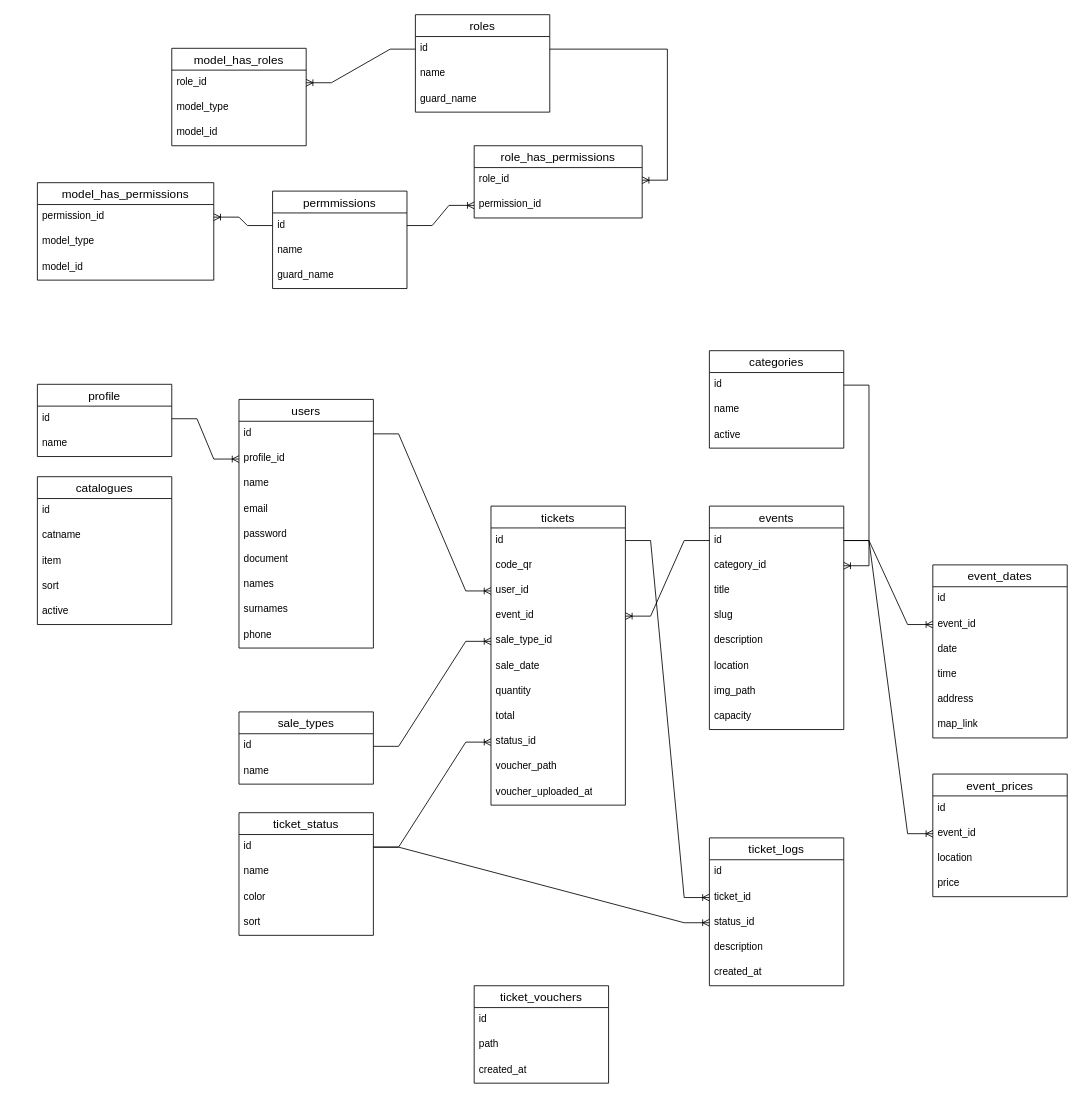
Before: tickets.drawio in programwoft/test-repo, a draw.io diagram. Source tidied: cells renumbered, new cells numbered last; positions are measured from the earlier drawing's top-left corner, leaving out a move shared by most shapes. Both pictures are drawn from the tidied source at 84%, with x=0, y=0 at pixel (37, 14).
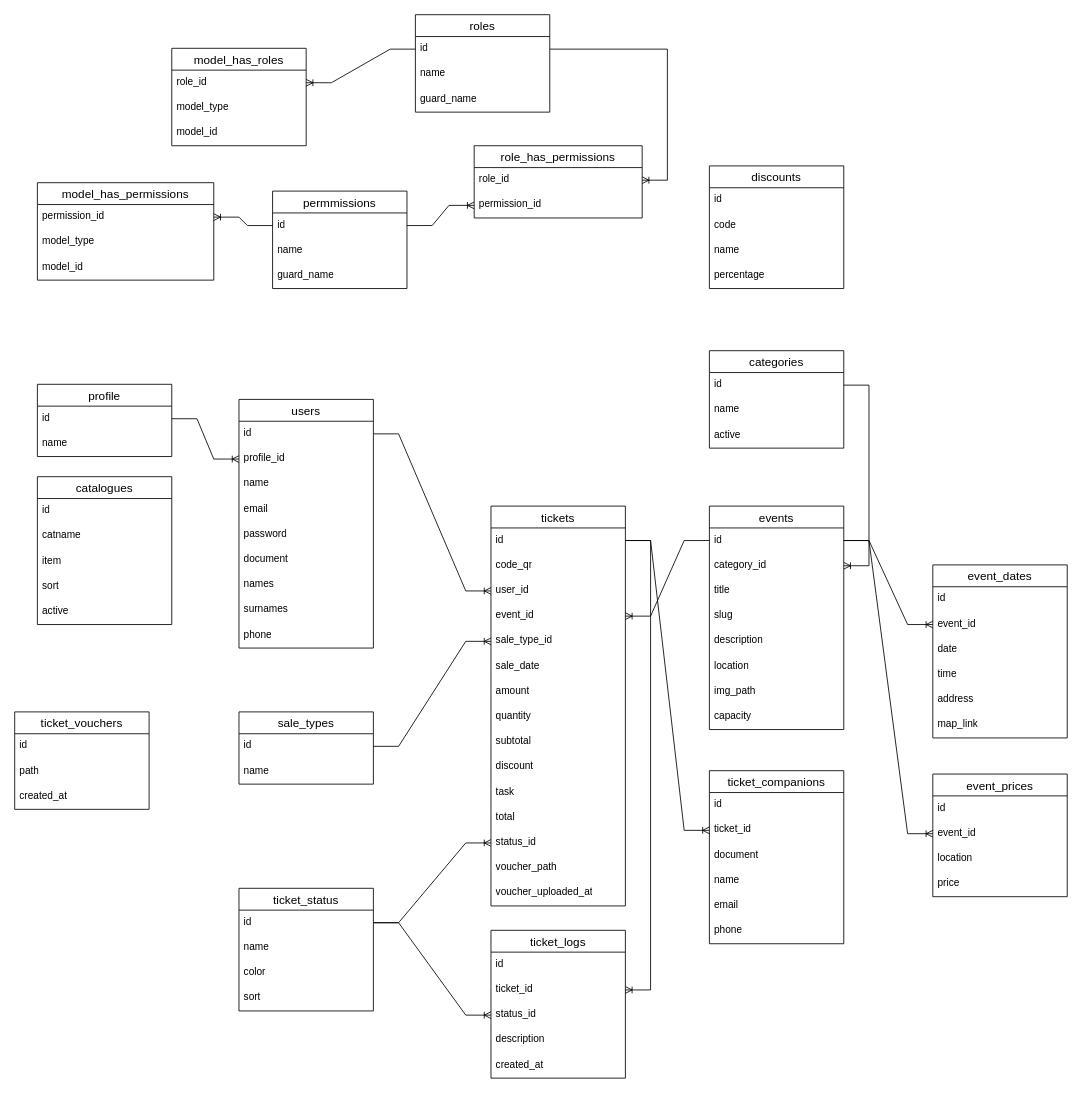
After the change.

Commit message:
Agregado tabla companions

Unchanged cells that the change refers to:
```xml
<mxCell id="25" value="id" style="text;strokeColor=none;fillColor=none;spacingLeft=4;spacingRight=4;overflow=hidden;points=[[0,0.5],[1,0.5]];portConstraint=eastwest;fontSize=12;whiteSpace=wrap;html=1;" parent="24" vertex="1">
  <mxGeometry y="26" width="160" height="30" as="geometry" />
</mxCell>
```

Diff of the diagram source:
```diff
@@
     <mxCell id="24" value="tickets" style="swimlane;fontStyle=0;horizontal=1;startSize=26;align=center;fontSize=14;" parent="1" vertex="1">
-      <mxGeometry x="540" y="585" width="160" height="356" as="geometry" />
+      <mxGeometry x="540" y="585" width="160" height="476" as="geometry" />
     </mxCell>
@@
+    <mxCell id="109" value="amount" style="text;strokeColor=none;fillColor=none;spacingLeft=4;spacingRight=4;overflow=hidden;fontSize=12;whiteSpace=wrap;html=1;" parent="24" vertex="1">
+      <mxGeometry y="206" width="160" height="30" as="geometry" />
+    </mxCell>
     <mxCell id="31" value="quantity" style="text;strokeColor=none;fillColor=none;spacingLeft=4;spacingRight=4;overflow=hidden;fontSize=12;whiteSpace=wrap;html=1;" parent="24" vertex="1">
-      <mxGeometry y="206" width="160" height="30" as="geometry" />
+      <mxGeometry y="236" width="160" height="30" as="geometry" />
     </mxCell>
+    <mxCell id="110" value="subtotal" style="text;strokeColor=none;fillColor=none;spacingLeft=4;spacingRight=4;overflow=hidden;fontSize=12;whiteSpace=wrap;html=1;" parent="24" vertex="1">
+      <mxGeometry y="266" width="160" height="30" as="geometry" />
+    </mxCell>
+    <mxCell id="111" value="discount" style="text;strokeColor=none;fillColor=none;spacingLeft=4;spacingRight=4;overflow=hidden;fontSize=12;whiteSpace=wrap;html=1;" parent="24" vertex="1">
+      <mxGeometry y="296" width="160" height="30" as="geometry" />
+    </mxCell>
+    <mxCell id="112" value="task" style="text;strokeColor=none;fillColor=none;spacingLeft=4;spacingRight=4;overflow=hidden;fontSize=12;whiteSpace=wrap;html=1;" parent="24" vertex="1">
+      <mxGeometry y="326" width="160" height="30" as="geometry" />
+    </mxCell>
     <mxCell id="32" value="total" style="text;strokeColor=none;fillColor=none;spacingLeft=4;spacingRight=4;overflow=hidden;fontSize=12;whiteSpace=wrap;html=1;" parent="24" vertex="1">
-      <mxGeometry y="236" width="160" height="30" as="geometry" />
+      <mxGeometry y="356" width="160" height="30" as="geometry" />
     </mxCell>
     <mxCell id="33" value="status_id" style="text;strokeColor=none;fillColor=none;spacingLeft=4;spacingRight=4;overflow=hidden;points=[[0,0.5],[1,0.5]];portConstraint=eastwest;fontSize=12;whiteSpace=wrap;html=1;" parent="24" vertex="1">
-      <mxGeometry y="266" width="160" height="30" as="geometry" />
+      <mxGeometry y="386" width="160" height="30" as="geometry" />
     </mxCell>
     <mxCell id="34" value="voucher_path" style="text;strokeColor=none;fillColor=none;spacingLeft=4;spacingRight=4;overflow=hidden;fontSize=12;whiteSpace=wrap;html=1;" parent="24" vertex="1">
-      <mxGeometry y="296" width="160" height="30" as="geometry" />
+      <mxGeometry y="416" width="160" height="30" as="geometry" />
     </mxCell>
     <mxCell id="35" value="voucher_uploaded_at" style="text;strokeColor=none;fillColor=none;spacingLeft=4;spacingRight=4;overflow=hidden;fontSize=12;whiteSpace=wrap;html=1;" parent="24" vertex="1">
-      <mxGeometry y="326" width="160" height="30" as="geometry" />
+      <mxGeometry y="446" width="160" height="30" as="geometry" />
     </mxCell>
@@
     <mxCell id="66" value="ticket_status" style="swimlane;fontStyle=0;horizontal=1;startSize=26;align=center;fontSize=14;" parent="1" vertex="1">
-      <mxGeometry x="240" y="950" width="160" height="146" as="geometry" />
+      <mxGeometry x="240" y="1040" width="160" height="146" as="geometry" />
     </mxCell>
@@
     <mxCell id="74" value="ticket_logs" style="swimlane;fontStyle=0;horizontal=1;startSize=26;align=center;fontSize=14;" parent="1" vertex="1">
-      <mxGeometry x="800" y="980" width="160" height="176" as="geometry" />
+      <mxGeometry x="540" y="1090" width="160" height="176" as="geometry" />
     </mxCell>
@@
     <mxCell id="82" value="ticket_vouchers" style="swimlane;fontStyle=0;horizontal=1;startSize=26;align=center;fontSize=14;" parent="1" vertex="1">
-      <mxGeometry x="520" y="1156" width="160" height="116" as="geometry" />
+      <mxGeometry x="-27" y="830" width="160" height="116" as="geometry" />
     </mxCell>
@@
+    <mxCell id="113" value="ticket_companions" style="swimlane;fontStyle=0;horizontal=1;startSize=26;align=center;fontSize=14;" parent="1" vertex="1">
+      <mxGeometry x="800" y="900" width="160" height="206" as="geometry" />
+    </mxCell>
+    <mxCell id="114" value="id" style="text;strokeColor=none;fillColor=none;spacingLeft=4;spacingRight=4;overflow=hidden;fontSize=12;whiteSpace=wrap;html=1;" parent="113" vertex="1">
+      <mxGeometry y="26" width="160" height="30" as="geometry" />
+    </mxCell>
+    <mxCell id="115" value="ticket_id" style="text;strokeColor=none;fillColor=none;spacingLeft=4;spacingRight=4;overflow=hidden;points=[[0,0.5],[1,0.5]];portConstraint=eastwest;fontSize=12;whiteSpace=wrap;html=1;" parent="113" vertex="1">
+      <mxGeometry y="56" width="160" height="30" as="geometry" />
+    </mxCell>
+    <mxCell id="116" value="document" style="text;strokeColor=none;fillColor=none;spacingLeft=4;spacingRight=4;overflow=hidden;fontSize=12;whiteSpace=wrap;html=1;" parent="113" vertex="1">
+      <mxGeometry y="86" width="160" height="30" as="geometry" />
+    </mxCell>
+    <mxCell id="117" value="name" style="text;strokeColor=none;fillColor=none;spacingLeft=4;spacingRight=4;overflow=hidden;fontSize=12;whiteSpace=wrap;html=1;" parent="113" vertex="1">
+      <mxGeometry y="116" width="160" height="30" as="geometry" />
+    </mxCell>
+    <mxCell id="118" value="email" style="text;strokeColor=none;fillColor=none;spacingLeft=4;spacingRight=4;overflow=hidden;fontSize=12;whiteSpace=wrap;html=1;" parent="113" vertex="1">
+      <mxGeometry y="146" width="160" height="30" as="geometry" />
+    </mxCell>
+    <mxCell id="119" value="phone" style="text;strokeColor=none;fillColor=none;spacingLeft=4;spacingRight=4;overflow=hidden;fontSize=12;whiteSpace=wrap;html=1;" parent="113" vertex="1">
+      <mxGeometry y="176" width="160" height="30" as="geometry" />
+    </mxCell>
+    <mxCell id="120" style="edgeStyle=entityRelationEdgeStyle;fontSize=12;html=1;endArrow=ERoneToMany;rounded=0;" parent="1" edge="1" source="25" target="115">
+      <mxGeometry relative="1" as="geometry" />
+    </mxCell>
+    <mxCell id="121" value="discounts" style="swimlane;fontStyle=0;horizontal=1;startSize=26;align=center;fontSize=14;" parent="1" vertex="1">
+      <mxGeometry x="800" y="180" width="160" height="146" as="geometry" />
+    </mxCell>
+    <mxCell id="122" value="id" style="text;strokeColor=none;fillColor=none;spacingLeft=4;spacingRight=4;overflow=hidden;fontSize=12;whiteSpace=wrap;html=1;" parent="121" vertex="1">
+      <mxGeometry y="26" width="160" height="30" as="geometry" />
+    </mxCell>
+    <mxCell id="123" value="code" style="text;strokeColor=none;fillColor=none;spacingLeft=4;spacingRight=4;overflow=hidden;fontSize=12;whiteSpace=wrap;html=1;" parent="121" vertex="1">
+      <mxGeometry y="56" width="160" height="30" as="geometry" />
+    </mxCell>
+    <mxCell id="124" value="name" style="text;strokeColor=none;fillColor=none;spacingLeft=4;spacingRight=4;overflow=hidden;fontSize=12;whiteSpace=wrap;html=1;" parent="121" vertex="1">
+      <mxGeometry y="86" width="160" height="30" as="geometry" />
+    </mxCell>
+    <mxCell id="125" value="percentage" style="text;strokeColor=none;fillColor=none;spacingLeft=4;spacingRight=4;overflow=hidden;fontSize=12;whiteSpace=wrap;html=1;" parent="121" vertex="1">
+      <mxGeometry y="116" width="160" height="30" as="geometry" />
+    </mxCell>
```
